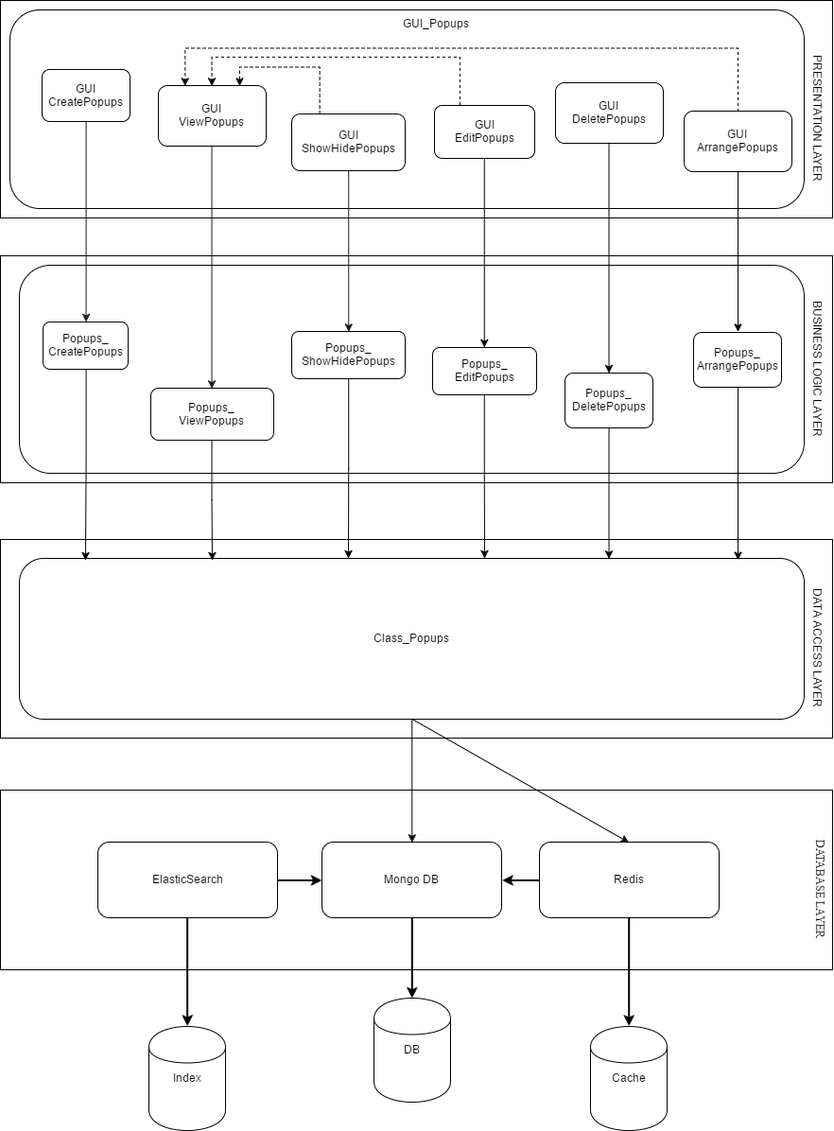
Haitrancntt/CapstonProject keeps this draw.io diagram as 4.SUBMIT_PLACE/4.1 HAI_TRAN/DESIGN/BSS_StaticView_Level2_Popups.png. Above is the earlier version. Source tidied: cells renumbered, new cells last; positions are measured from the earlier drawing's top-left corner, leaving out a move shared by most shapes.
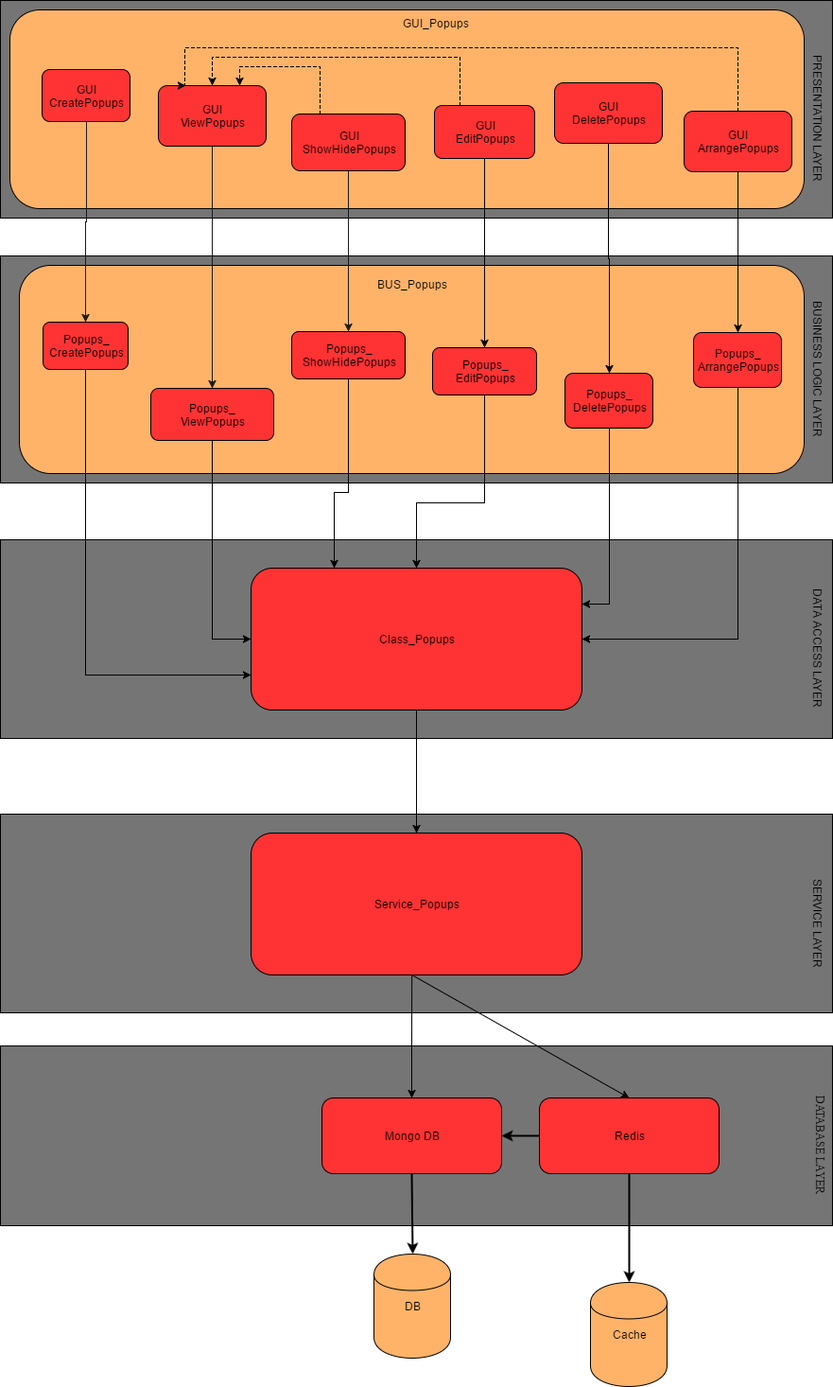
Above is the later version.

What changed in the source:
```diff
@@ -2,29 +2,37 @@
   <root>
     <mxCell id="0" />
     <mxCell id="1" parent="0" />
+    <mxCell id="54" style="whiteSpace=wrap;html=1;fillColor=#757575;" parent="1" vertex="1">
+      <mxGeometry y="860" width="880" height="210" as="geometry" />
+    </mxCell>
-    <mxCell id="2" style="whiteSpace=wrap;html=1;" parent="1" vertex="1">
-      <mxGeometry y="835" width="880" height="190" as="geometry" />
+    <mxCell id="2" style="whiteSpace=wrap;html=1;fillColor=#757575;" parent="1" vertex="1">
+      <mxGeometry y="1105" width="880" height="190" as="geometry" />
     </mxCell>
-    <mxCell id="3" style="whiteSpace=wrap;html=1;" parent="1" vertex="1">
+    <mxCell id="3" style="whiteSpace=wrap;html=1;fillColor=#757575;" parent="1" vertex="1">
       <mxGeometry width="880" height="230" as="geometry" />
     </mxCell>
-    <mxCell id="4" value="&lt;div&gt;&lt;br&gt;&lt;/div&gt;&lt;div&gt;&lt;br&gt;&lt;/div&gt;&lt;div&gt;&lt;br&gt;&lt;/div&gt;&lt;div&gt;&lt;br&gt;&lt;/div&gt;&lt;div&gt;&lt;br&gt;&lt;/div&gt;&lt;div&gt;&lt;br&gt;&lt;/div&gt;&lt;div&gt;&lt;br&gt;&lt;/div&gt;&lt;div&gt;&lt;br&gt;&lt;/div&gt;&lt;div&gt;&lt;br&gt;&lt;/div&gt;&lt;div&gt;&lt;br&gt;&lt;/div&gt;" style="rounded=1;whiteSpace=wrap;html=1;" parent="1" vertex="1">
+    <mxCell id="4" value="&lt;div&gt;&lt;br&gt;&lt;/div&gt;&lt;div&gt;&lt;br&gt;&lt;/div&gt;&lt;div&gt;&lt;br&gt;&lt;/div&gt;&lt;div&gt;&lt;br&gt;&lt;/div&gt;&lt;div&gt;&lt;br&gt;&lt;/div&gt;&lt;div&gt;&lt;br&gt;&lt;/div&gt;&lt;div&gt;&lt;br&gt;&lt;/div&gt;&lt;div&gt;&lt;br&gt;&lt;/div&gt;&lt;div&gt;&lt;br&gt;&lt;/div&gt;&lt;div&gt;&lt;br&gt;&lt;/div&gt;" style="rounded=1;whiteSpace=wrap;html=1;fillColor=#FFB369;" parent="1" vertex="1">
       <mxGeometry x="10" y="10" width="840" height="210" as="geometry" />
     </mxCell>
-    <mxCell id="5" style="whiteSpace=wrap;html=1;" parent="1" vertex="1">
+    <mxCell id="5" style="whiteSpace=wrap;html=1;fillColor=#757575;" parent="1" vertex="1">
       <mxGeometry y="570" width="880" height="210" as="geometry" />
     </mxCell>
-    <mxCell id="6" style="whiteSpace=wrap;html=1;" parent="1" vertex="1">
+    <mxCell id="6" style="whiteSpace=wrap;html=1;fillColor=#757575;" parent="1" vertex="1">
       <mxGeometry y="270" width="880" height="240" as="geometry" />
     </mxCell>
-    <mxCell id="7" value="&lt;div&gt;&lt;br&gt;&lt;/div&gt;" style="rounded=1;whiteSpace=wrap;html=1;" parent="1" vertex="1">
+    <mxCell id="7" value="&lt;div&gt;&lt;br&gt;&lt;/div&gt;" style="rounded=1;whiteSpace=wrap;html=1;fillColor=#FFB369;" parent="1" vertex="1">
       <mxGeometry x="20" y="280" width="830" height="220" as="geometry" />
     </mxCell>
-    <mxCell id="8" style="edgeStyle=orthogonalEdgeStyle;rounded=0;html=1;exitX=0.5;exitY=1;entryX=0.5;entryY=0;jettySize=auto;" parent="1" edge="1" source="9" target="32">
-      <mxGeometry relative="1" as="geometry" />
+    <mxCell id="8" style="edgeStyle=orthogonalEdgeStyle;rounded=0;html=1;exitX=0.5;exitY=1;entryX=0.5;entryY=0;jettySize=auto;" parent="1" edge="1" target="32">
+      <mxGeometry relative="1" as="geometry">
+        <mxPoint x="435.2" y="1030" as="sourcePoint" />
+      </mxGeometry>
     </mxCell>
+    <mxCell id="55" style="edgeStyle=orthogonalEdgeStyle;rounded=0;html=1;exitX=0.5;exitY=1;entryX=0.5;entryY=0;jettySize=auto;strokeColor=#000000;fontColor=#000000;" parent="1" edge="1" source="9" target="62">
+      <mxGeometry relative="1" as="geometry" />
+    </mxCell>
-    <mxCell id="9" value="&lt;div&gt;Class_Popups&lt;/div&gt;" style="rounded=1;whiteSpace=wrap;html=1;" parent="1" vertex="1">
-      <mxGeometry x="20" y="590" width="830" height="170" as="geometry" />
+    <mxCell id="9" value="&lt;div&gt;Class_Popups&lt;/div&gt;" style="rounded=1;whiteSpace=wrap;html=1;fillColor=#FF3333;" parent="1" vertex="1">
+      <mxGeometry x="265" y="600" width="350" height="150" as="geometry" />
     </mxCell>
     <mxCell id="10" value="BUSINESS LOGIC LAYER" style="text;html=1;strokeColor=none;fillColor=none;align=center;verticalAlign=middle;whiteSpace=wrap;rotation=90;" parent="1" vertex="1">
       <mxGeometry x="780" y="380" width="170" height="20" as="geometry" />
@@ -41,43 +49,42 @@
     <mxCell id="14" style="edgeStyle=orthogonalEdgeStyle;rounded=0;html=1;exitX=0.5;exitY=1;entryX=0.5;entryY=0;startArrow=none;startFill=0;jettySize=auto;strokeColor=#191919;" parent="1" edge="1" source="25" target="18">
       <mxGeometry relative="1" as="geometry" />
     </mxCell>
-    <mxCell id="15" style="edgeStyle=orthogonalEdgeStyle;rounded=0;html=1;exitX=0.5;exitY=1;entryX=0.544;entryY=0.012;entryPerimeter=0;jettySize=auto;" parent="1" edge="1" source="16">
-      <mxGeometry relative="1" as="geometry">
-        <mxPoint x="90" y="592" as="targetPoint" />
-      </mxGeometry>
-    </mxCell>
+    <mxCell id="56" style="edgeStyle=orthogonalEdgeStyle;rounded=0;html=1;exitX=0.5;exitY=1;entryX=0;entryY=0.75;jettySize=auto;strokeColor=#000000;fontColor=#000000;" parent="1" edge="1" source="16" target="9">
+      <mxGeometry relative="1" as="geometry" />
+    </mxCell>
-    <mxCell id="16" value="Popups_&lt;div&gt;CreatePopups&lt;/div&gt;" style="rounded=1;whiteSpace=wrap;html=1;" parent="1" vertex="1">
+    <mxCell id="16" value="Popups_&lt;div&gt;CreatePopups&lt;/div&gt;" style="rounded=1;whiteSpace=wrap;html=1;fillColor=#FF3333;" parent="1" vertex="1">
       <mxGeometry x="45" y="340" width="90" height="50" as="geometry" />
     </mxCell>
-    <mxCell id="17" style="edgeStyle=orthogonalEdgeStyle;rounded=0;html=1;exitX=0.5;exitY=1;entryX=0.635;entryY=0.012;entryPerimeter=0;jettySize=auto;" parent="1" edge="1" source="18">
-      <mxGeometry relative="1" as="geometry">
-        <mxPoint x="224" y="592" as="targetPoint" />
-      </mxGeometry>
-    </mxCell>
+    <mxCell id="57" style="edgeStyle=orthogonalEdgeStyle;rounded=0;html=1;exitX=0.5;exitY=1;entryX=0;entryY=0.5;jettySize=auto;strokeColor=#000000;fontColor=#000000;" parent="1" edge="1" source="18" target="9">
+      <mxGeometry relative="1" as="geometry" />
+    </mxCell>
-    <mxCell id="18" value="Popups_&lt;div&gt;ViewPopups&lt;/div&gt;" style="rounded=1;whiteSpace=wrap;html=1;" parent="1" vertex="1">
+    <mxCell id="18" value="Popups_&lt;div&gt;ViewPopups&lt;/div&gt;" style="rounded=1;whiteSpace=wrap;html=1;fillColor=#FF3333;" parent="1" vertex="1">
       <mxGeometry x="159" y="410" width="130" height="55" as="geometry" />
     </mxCell>
-    <mxCell id="19" style="edgeStyle=orthogonalEdgeStyle;rounded=0;html=1;exitX=0.5;exitY=1;entryX=0.701;entryY=0;entryPerimeter=0;jettySize=auto;" parent="1" edge="1" source="20">
-      <mxGeometry relative="1" as="geometry">
-        <mxPoint x="368" y="590" as="targetPoint" />
-      </mxGeometry>
-    </mxCell>
+    <mxCell id="58" style="edgeStyle=orthogonalEdgeStyle;rounded=0;html=1;exitX=0.5;exitY=1;entryX=0.25;entryY=0;jettySize=auto;strokeColor=#000000;fontColor=#000000;" parent="1" edge="1" source="20" target="9">
+      <mxGeometry relative="1" as="geometry">
+        <Array as="points">
+          <mxPoint x="368" y="520" />
+          <mxPoint x="353" y="520" />
+        </Array>
+      </mxGeometry>
+    </mxCell>
-    <mxCell id="20" value="Popups_&lt;div&gt;ShowHidePopups&lt;/div&gt;" style="rounded=1;whiteSpace=wrap;html=1;" parent="1" vertex="1">
+    <mxCell id="20" value="Popups_&lt;div&gt;ShowHidePopups&lt;/div&gt;" style="rounded=1;whiteSpace=wrap;html=1;fillColor=#FF3333;" parent="1" vertex="1">
       <mxGeometry x="308" y="350" width="120" height="50" as="geometry" />
     </mxCell>
     <mxCell id="21" value="PRESENTATION LAYER" style="text;html=1;strokeColor=none;fillColor=none;align=center;verticalAlign=middle;whiteSpace=wrap;rotation=90;" parent="1" vertex="1">
       <mxGeometry x="780" y="115" width="170" height="20" as="geometry" />
     </mxCell>
-    <mxCell id="22" value="GUI&lt;div&gt;CreatePopups&lt;/div&gt;" style="rounded=1;whiteSpace=wrap;html=1;" parent="1" vertex="1">
+    <mxCell id="22" value="GUI&lt;div&gt;CreatePopups&lt;/div&gt;" style="rounded=1;whiteSpace=wrap;html=1;fillColor=#FF3333;" parent="1" vertex="1">
       <mxGeometry x="44" y="73" width="93" height="55" as="geometry" />
     </mxCell>
     <mxCell id="23" style="edgeStyle=orthogonalEdgeStyle;rounded=0;html=1;exitX=0.25;exitY=0;entryX=0.75;entryY=0;jettySize=auto;dashed=1;" parent="1" edge="1" source="24" target="25">
       <mxGeometry relative="1" as="geometry" />
     </mxCell>
-    <mxCell id="24" value="GUI&lt;div&gt;ShowHidePopups&lt;/div&gt;" style="rounded=1;whiteSpace=wrap;html=1;" parent="1" vertex="1">
+    <mxCell id="24" value="GUI&lt;div&gt;ShowHidePopups&lt;/div&gt;" style="rounded=1;whiteSpace=wrap;html=1;fillColor=#FF3333;" parent="1" vertex="1">
       <mxGeometry x="308" y="120" width="120" height="60" as="geometry" />
     </mxCell>
-    <mxCell id="25" value="GUI&lt;div&gt;ViewPopups&lt;/div&gt;" style="rounded=1;whiteSpace=wrap;html=1;" parent="1" vertex="1">
+    <mxCell id="25" value="GUI&lt;div&gt;ViewPopups&lt;/div&gt;" style="rounded=1;whiteSpace=wrap;html=1;fillColor=#FF3333;" parent="1" vertex="1">
       <mxGeometry x="167" y="90" width="114" height="64" as="geometry" />
     </mxCell>
     <mxCell id="26" style="edgeStyle=orthogonalEdgeStyle;rounded=0;html=1;exitX=0.5;exitY=1;entryX=0.5;entryY=0;jettySize=auto;" parent="1" edge="1" source="28" target="30">
@@ -91,55 +98,48 @@
         </Array>
       </mxGeometry>
     </mxCell>
-    <mxCell id="28" value="GUI&lt;div&gt;EditPopups&lt;/div&gt;" style="rounded=1;whiteSpace=wrap;html=1;" parent="1" vertex="1">
+    <mxCell id="28" value="GUI&lt;div&gt;EditPopups&lt;/div&gt;" style="rounded=1;whiteSpace=wrap;html=1;fillColor=#FF3333;" parent="1" vertex="1">
       <mxGeometry x="459" y="111" width="106" height="56" as="geometry" />
     </mxCell>
-    <mxCell id="29" style="edgeStyle=orthogonalEdgeStyle;rounded=0;html=1;exitX=0.5;exitY=1;jettySize=auto;" parent="1" edge="1" source="30">
-      <mxGeometry relative="1" as="geometry">
-        <mxPoint x="512" y="590" as="targetPoint" />
-      </mxGeometry>
-    </mxCell>
+    <mxCell id="59" style="edgeStyle=orthogonalEdgeStyle;rounded=0;html=1;exitX=0.5;exitY=1;entryX=0.5;entryY=0;jettySize=auto;strokeColor=#000000;fontColor=#000000;" parent="1" edge="1" source="30" target="9">
+      <mxGeometry relative="1" as="geometry">
+        <Array as="points">
+          <mxPoint x="512" y="531" />
+          <mxPoint x="440" y="531" />
+        </Array>
+      </mxGeometry>
+    </mxCell>
-    <mxCell id="30" value="Popups_&lt;div&gt;EditPopups&lt;/div&gt;" style="rounded=1;whiteSpace=wrap;html=1;" parent="1" vertex="1">
+    <mxCell id="30" value="Popups_&lt;div&gt;EditPopups&lt;/div&gt;" style="rounded=1;whiteSpace=wrap;html=1;fillColor=#FF3333;" parent="1" vertex="1">
       <mxGeometry x="457" y="367" width="110" height="50" as="geometry" />
     </mxCell>
-    <mxCell id="31" value="&lt;div&gt;Redis&lt;/div&gt;" style="rounded=1;whiteSpace=wrap;html=1;" parent="1" vertex="1">
-      <mxGeometry x="570" y="890" width="190" height="80" as="geometry" />
+    <mxCell id="31" value="&lt;div&gt;Redis&lt;/div&gt;" style="rounded=1;whiteSpace=wrap;html=1;fillColor=#FF3333;" parent="1" vertex="1">
+      <mxGeometry x="570" y="1160" width="190" height="80" as="geometry" />
     </mxCell>
-    <mxCell id="32" value="Mongo DB" style="rounded=1;whiteSpace=wrap;html=1;" parent="1" vertex="1">
-      <mxGeometry x="340" y="890" width="190" height="80" as="geometry" />
+    <mxCell id="32" value="Mongo DB" style="rounded=1;whiteSpace=wrap;html=1;fillColor=#FF3333;" parent="1" vertex="1">
+      <mxGeometry x="340" y="1160" width="190" height="80" as="geometry" />
     </mxCell>
-    <mxCell id="33" value="DB" style="shape=cylinder;whiteSpace=wrap;html=1;" parent="1" vertex="1">
-      <mxGeometry x="395" y="1055" width="81" height="110" as="geometry" />
+    <mxCell id="33" value="DB" style="shape=cylinder;whiteSpace=wrap;html=1;fillColor=#FFB369;" parent="1" vertex="1">
+      <mxGeometry x="395" y="1325" width="81" height="110" as="geometry" />
     </mxCell>
-    <mxCell id="34" value="Cache" style="shape=cylinder;whiteSpace=wrap;html=1;" parent="1" vertex="1">
-      <mxGeometry x="624" y="1085" width="81" height="110" as="geometry" />
+    <mxCell id="34" value="Cache" style="shape=cylinder;whiteSpace=wrap;html=1;fillColor=#FFB369;" parent="1" vertex="1">
+      <mxGeometry x="624" y="1355" width="81" height="110" as="geometry" />
     </mxCell>
-    <mxCell id="35" value="Index" style="shape=cylinder;whiteSpace=wrap;html=1;" parent="1" vertex="1">
-      <mxGeometry x="157" y="1085" width="81" height="110" as="geometry" />
-    </mxCell>
-    <mxCell id="36" value="ElasticSearch" style="rounded=1;whiteSpace=wrap;html=1;" parent="1" vertex="1">
-      <mxGeometry x="103" y="890" width="190" height="80" as="geometry" />
-    </mxCell>
-    <mxCell id="37" style="endArrow=classic;html=1;exitX=0.5;exitY=1;entryX=0.5;entryY=0;strokeWidth=2;" parent="1" edge="1" source="36" target="35">
-      <mxGeometry x="558.7" y="989.7" as="geometry" />
-    </mxCell>
     <mxCell id="38" style="endArrow=classic;html=1;exitX=0.5;exitY=1;entryX=0.5;entryY=0;strokeWidth=2;" parent="1" edge="1" source="31" target="34">
-      <mxGeometry x="1025" y="990" as="geometry" />
+      <mxGeometry x="1025" y="1260" as="geometry" />
     </mxCell>
     <mxCell id="39" style="endArrow=classic;html=1;exitX=0.5;exitY=1;entryX=0.5;entryY=0;strokeWidth=2;" parent="1" edge="1" source="32" target="33">
-      <mxGeometry x="795" y="990" as="geometry" />
+      <mxGeometry x="795" y="1260" as="geometry" />
     </mxCell>
-    <mxCell id="40" style="endArrow=classic;html=1;entryX=0;entryY=0.5;exitX=1;exitY=0.5;strokeWidth=2;" parent="1" edge="1" source="36" target="32">
-      <mxGeometry x="653.7" y="949.7" as="geometry" />
-    </mxCell>
     <mxCell id="41" style="endArrow=classic;html=1;entryX=1;entryY=0.5;exitX=0;exitY=0.5;strokeWidth=2;" parent="1" edge="1" source="31" target="32">
-      <mxGeometry x="890.3" y="949.7" as="geometry" />
+      <mxGeometry x="890.3" y="1219.7" as="geometry" />
     </mxCell>
     <mxCell id="42" value="&lt;font face=&quot;Times New Roman&quot; style=&quot;font-size: 12px&quot;&gt;DATABASE LAYER&lt;/font&gt;" style="text;html=1;strokeColor=none;fillColor=none;align=center;verticalAlign=middle;whiteSpace=wrap;rotation=90;" parent="1" vertex="1">
-      <mxGeometry x="785" y="930" width="165" height="20" as="geometry" />
+      <mxGeometry x="785" y="1200" width="165" height="20" as="geometry" />
     </mxCell>
-    <mxCell id="43" style="endArrow=classic;html=1;exitX=0.5;exitY=1;entryX=0.5;entryY=0;" parent="1" edge="1" source="9" target="31">
-      <mxGeometry x="408" y="790" as="geometry" />
+    <mxCell id="43" style="endArrow=classic;html=1;exitX=0.5;exitY=1;entryX=0.5;entryY=0;" parent="1" edge="1" target="31">
+      <mxGeometry x="408" y="1060" as="geometry">
+        <mxPoint x="435.2" y="1030" as="sourcePoint" />
+      </mxGeometry>
     </mxCell>
     <mxCell id="44" value="GUI_Popups" style="text;html=1;strokeColor=none;fillColor=none;align=center;verticalAlign=middle;whiteSpace=wrap;" parent="1" vertex="1">
       <mxGeometry x="440" y="14" width="40" height="20" as="geometry" />
@@ -147,18 +147,13 @@
     <mxCell id="45" style="edgeStyle=orthogonalEdgeStyle;rounded=0;html=1;exitX=0.5;exitY=1;entryX=0.5;entryY=0;jettySize=auto;" parent="1" edge="1" source="46" target="48">
       <mxGeometry relative="1" as="geometry" />
     </mxCell>
-    <mxCell id="46" value="GUI&lt;div&gt;DeletePopups&lt;/div&gt;" style="rounded=1;whiteSpace=wrap;html=1;" parent="1" vertex="1">
-      <mxGeometry x="587" y="87" width="114" height="64" as="geometry" />
+    <mxCell id="46" value="GUI&lt;div&gt;DeletePopups&lt;/div&gt;" style="rounded=1;whiteSpace=wrap;html=1;fillColor=#FF3333;" parent="1" vertex="1">
+      <mxGeometry x="586" y="87" width="114" height="64" as="geometry" />
     </mxCell>
-    <mxCell id="47" style="edgeStyle=orthogonalEdgeStyle;rounded=0;html=1;exitX=0.5;exitY=1;jettySize=auto;" parent="1" edge="1" source="48">
-      <mxGeometry relative="1" as="geometry">
-        <mxPoint x="644" y="590" as="targetPoint" />
-        <Array as="points">
-          <mxPoint x="644" y="590" />
-        </Array>
-      </mxGeometry>
-    </mxCell>
+    <mxCell id="60" style="edgeStyle=orthogonalEdgeStyle;rounded=0;html=1;exitX=0.5;exitY=1;entryX=1;entryY=0.25;jettySize=auto;strokeColor=#000000;fontColor=#000000;" parent="1" edge="1" source="48" target="9">
+      <mxGeometry relative="1" as="geometry" />
+    </mxCell>
-    <mxCell id="48" value="Popups_&lt;div&gt;DeletePopups&lt;/div&gt;" style="rounded=1;whiteSpace=wrap;html=1;" parent="1" vertex="1">
+    <mxCell id="48" value="Popups_&lt;div&gt;DeletePopups&lt;/div&gt;" style="rounded=1;whiteSpace=wrap;html=1;fillColor=#FF3333;" parent="1" vertex="1">
       <mxGeometry x="597" y="394" width="93" height="58" as="geometry" />
     </mxCell>
     <mxCell id="49" style="edgeStyle=orthogonalEdgeStyle;rounded=0;html=1;exitX=0.5;exitY=1;entryX=0.5;entryY=0;jettySize=auto;" parent="1" edge="1" source="51" target="53">
@@ -172,14 +167,23 @@
         </Array>
       </mxGeometry>
     </mxCell>
-    <mxCell id="51" value="GUI&lt;div&gt;ArrangePopups&lt;/div&gt;" style="rounded=1;whiteSpace=wrap;html=1;" parent="1" vertex="1">
+    <mxCell id="51" value="GUI&lt;div&gt;ArrangePopups&lt;/div&gt;" style="rounded=1;whiteSpace=wrap;html=1;fillColor=#FF3333;" parent="1" vertex="1">
       <mxGeometry x="723" y="117" width="114" height="64" as="geometry" />
     </mxCell>
-    <mxCell id="52" style="edgeStyle=orthogonalEdgeStyle;rounded=0;html=1;exitX=0.5;exitY=1;entryX=0.916;entryY=0.008;entryPerimeter=0;jettySize=auto;" parent="1" edge="1" source="53" target="9">
+    <mxCell id="52" style="edgeStyle=orthogonalEdgeStyle;rounded=0;html=1;exitX=0.5;exitY=1;entryX=1;entryY=0.5;jettySize=auto;strokeColor=#000000;fontColor=#000000;" parent="1" edge="1" source="53" target="9">
       <mxGeometry relative="1" as="geometry" />
     </mxCell>
-    <mxCell id="53" value="Popups_&lt;div&gt;ArrangePopups&lt;/div&gt;" style="rounded=1;whiteSpace=wrap;html=1;" parent="1" vertex="1">
+    <mxCell id="53" value="Popups_&lt;div&gt;ArrangePopups&lt;/div&gt;" style="rounded=1;whiteSpace=wrap;html=1;fillColor=#FF3333;" parent="1" vertex="1">
       <mxGeometry x="733" y="351" width="93" height="58" as="geometry" />
     </mxCell>
+    <mxCell id="61" value="SERVICE LAYER" style="text;html=1;strokeColor=none;fillColor=none;align=center;verticalAlign=middle;whiteSpace=wrap;rotation=90;" parent="1" vertex="1">
+      <mxGeometry x="780" y="965" width="170" height="20" as="geometry" />
+    </mxCell>
+    <mxCell id="62" value="&lt;div&gt;Service_Popups&lt;/div&gt;" style="rounded=1;whiteSpace=wrap;html=1;fillColor=#FF3333;" parent="1" vertex="1">
+      <mxGeometry x="265" y="880" width="350" height="150" as="geometry" />
+    </mxCell>
+    <mxCell id="63" value="BUS_Popups" style="text;html=1;strokeColor=none;fillColor=none;align=center;verticalAlign=middle;whiteSpace=wrap;fontColor=#000000;" parent="1" vertex="1">
+      <mxGeometry x="415" y="290" width="40" height="20" as="geometry" />
+    </mxCell>
   </root>
 </mxGraphModel>
```
